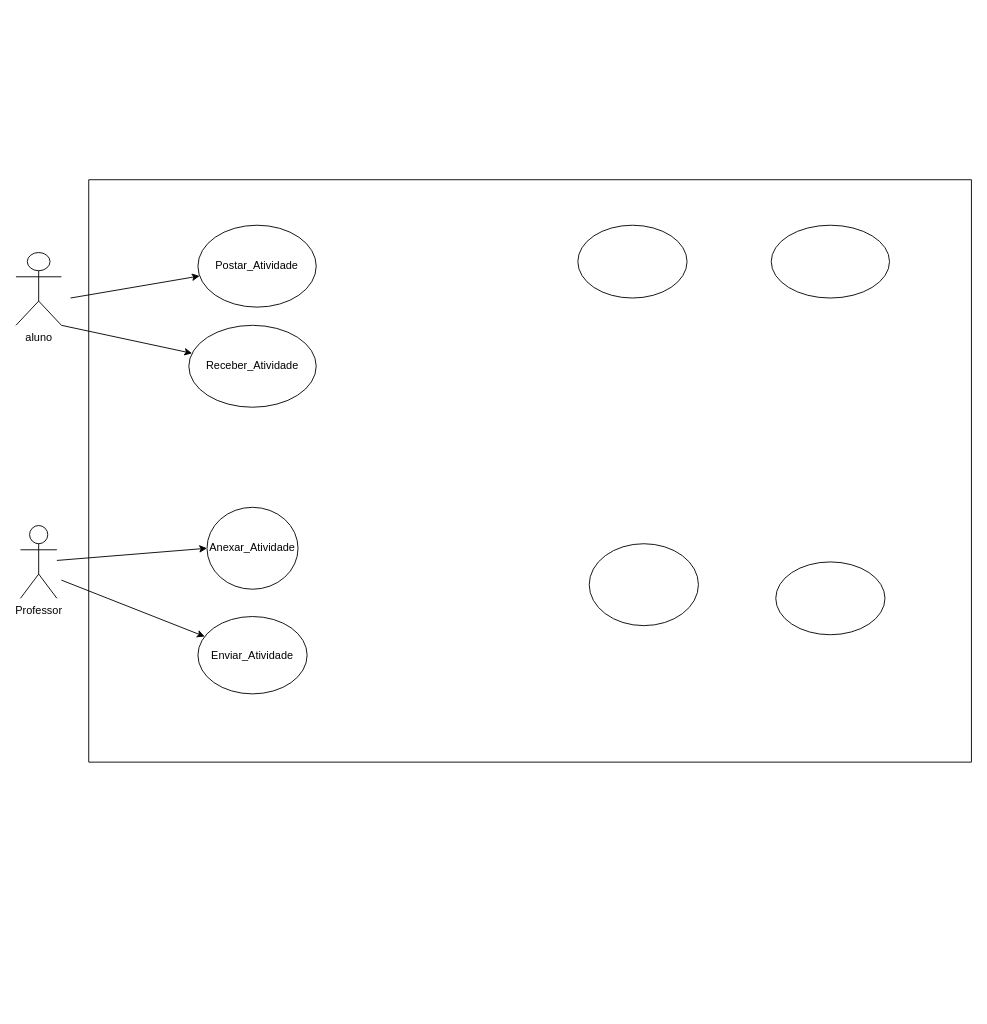
Before: Untitled Diagram.drawio in dsslleagion/Bertoti, a draw.io diagram. Source tidied: cells renumbered, new cells numbered last; positions are measured from the earlier drawing's top-left corner, leaving out a move shared by most shapes. Both pictures are drawn from the tidied source at 91%, with x=0, y=0 at pixel (15, 179).
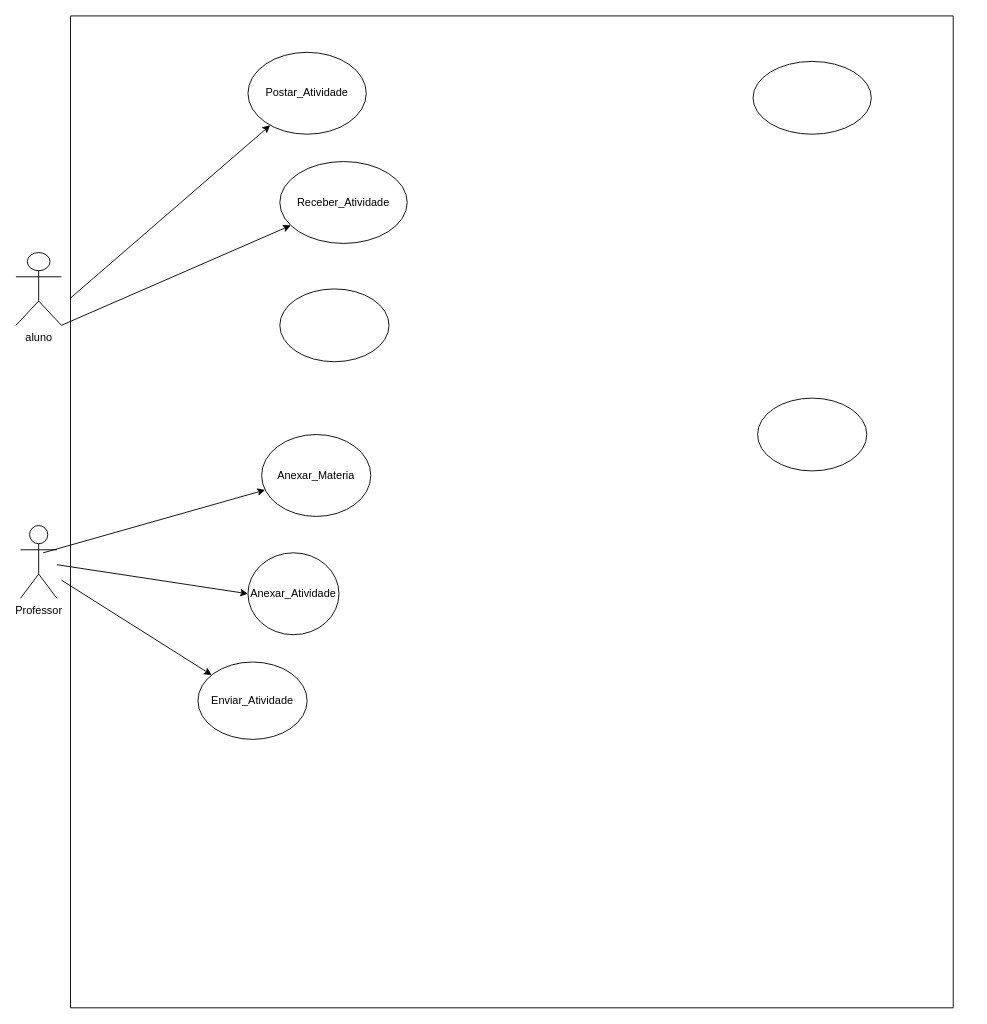
The same diagram, later.

Change to the diagram source:
```diff
@@
 <mxGraphModel>
   <root>
     <mxCell id="0" />
     <mxCell id="1" parent="0" />
     <mxCell id="2" value="Professor" style="shape=umlActor;verticalLabelPosition=bottom;verticalAlign=top;html=1;outlineConnect=0;" parent="1" vertex="1">
       <mxGeometry x="5" y="380" width="40" height="80" as="geometry" />
     </mxCell>
     <mxCell id="3" style="endArrow=classic;html=1;rounded=0;entryX=0;entryY=0.5;entryDx=0;entryDy=0;" parent="1" edge="1" source="2" target="6">
       <mxGeometry relative="1" as="geometry" />
     </mxCell>
     <mxCell id="4" style="swimlane;startSize=0;" parent="1" vertex="1">
-      <mxGeometry x="80" width="970" height="640" as="geometry" />
+      <mxGeometry x="60" y="-180" width="970" height="1090" as="geometry" />
     </mxCell>
     <mxCell id="5" value="Enviar_Atividade" style="ellipse;whiteSpace=wrap;html=1;" parent="4" vertex="1">
-      <mxGeometry x="120" y="480" width="120" height="85" as="geometry" />
+      <mxGeometry x="140" y="710" width="120" height="85" as="geometry" />
     </mxCell>
     <mxCell id="6" value="Anexar_Atividade" style="ellipse;whiteSpace=wrap;html=1;" parent="4" vertex="1">
-      <mxGeometry x="130" y="360" width="100" height="90" as="geometry" />
+      <mxGeometry x="195" y="590" width="100" height="90" as="geometry" />
     </mxCell>
-    <mxCell id="7" style="ellipse;whiteSpace=wrap;html=1;" parent="4" vertex="1">
-      <mxGeometry x="550" y="400" width="120" height="90" as="geometry" />
+    <mxCell id="7" value="Anexar_Materia" style="ellipse;whiteSpace=wrap;html=1;" parent="4" vertex="1">
+      <mxGeometry x="210" y="460" width="120" height="90" as="geometry" />
     </mxCell>
     <mxCell id="8" value="Receber_Atividade" style="ellipse;whiteSpace=wrap;html=1;" parent="4" vertex="1">
-      <mxGeometry x="110" y="160" width="140" height="90" as="geometry" />
+      <mxGeometry x="230" y="160" width="140" height="90" as="geometry" />
     </mxCell>
     <mxCell id="9" value="Postar_Atividade" style="ellipse;whiteSpace=wrap;html=1;" parent="4" vertex="1">
-      <mxGeometry x="120" y="50" width="130" height="90" as="geometry" />
+      <mxGeometry x="195" y="40" width="130" height="90" as="geometry" />
     </mxCell>
     <mxCell id="10" style="ellipse;whiteSpace=wrap;html=1;" parent="4" vertex="1">
-      <mxGeometry x="537.5" y="50" width="120" height="80" as="geometry" />
+      <mxGeometry x="230" y="300" width="120" height="80" as="geometry" />
     </mxCell>
     <mxCell id="11" style="ellipse;whiteSpace=wrap;html=1;" parent="4" vertex="1">
       <mxGeometry x="750" y="50" width="130" height="80" as="geometry" />
     </mxCell>
     <mxCell id="12" style="ellipse;whiteSpace=wrap;html=1;" parent="4" vertex="1">
       <mxGeometry x="755" y="420" width="120" height="80" as="geometry" />
     </mxCell>
     <mxCell id="13" value="aluno&lt;br&gt;" style="shape=umlActor;verticalLabelPosition=bottom;verticalAlign=top;html=1;outlineConnect=0;" parent="1" vertex="1">
       <mxGeometry y="80" width="50" height="80" as="geometry" />
     </mxCell>
     <mxCell id="14" style="endArrow=classic;html=1;rounded=0;" parent="1" edge="1" target="9">
       <mxGeometry relative="1" as="geometry">
         <mxPoint x="60" y="130" as="sourcePoint" />
       </mxGeometry>
     </mxCell>
     <mxCell id="15" style="endArrow=classic;html=1;rounded=0;" parent="1" edge="1" target="5">
       <mxGeometry relative="1" as="geometry">
         <mxPoint x="50" y="440" as="sourcePoint" />
       </mxGeometry>
     </mxCell>
     <mxCell id="16" style="endArrow=classic;html=1;rounded=0;exitX=1;exitY=1;exitDx=0;exitDy=0;exitPerimeter=0;" parent="1" edge="1" source="13" target="8">
       <mxGeometry relative="1" as="geometry" />
     </mxCell>
+    <mxCell id="17" style="endArrow=classic;html=1;rounded=0;" parent="1" edge="1" target="7">
+      <mxGeometry relative="1" as="geometry">
+        <mxPoint x="30" y="410" as="sourcePoint" />
+      </mxGeometry>
+    </mxCell>
   </root>
 </mxGraphModel>
```
